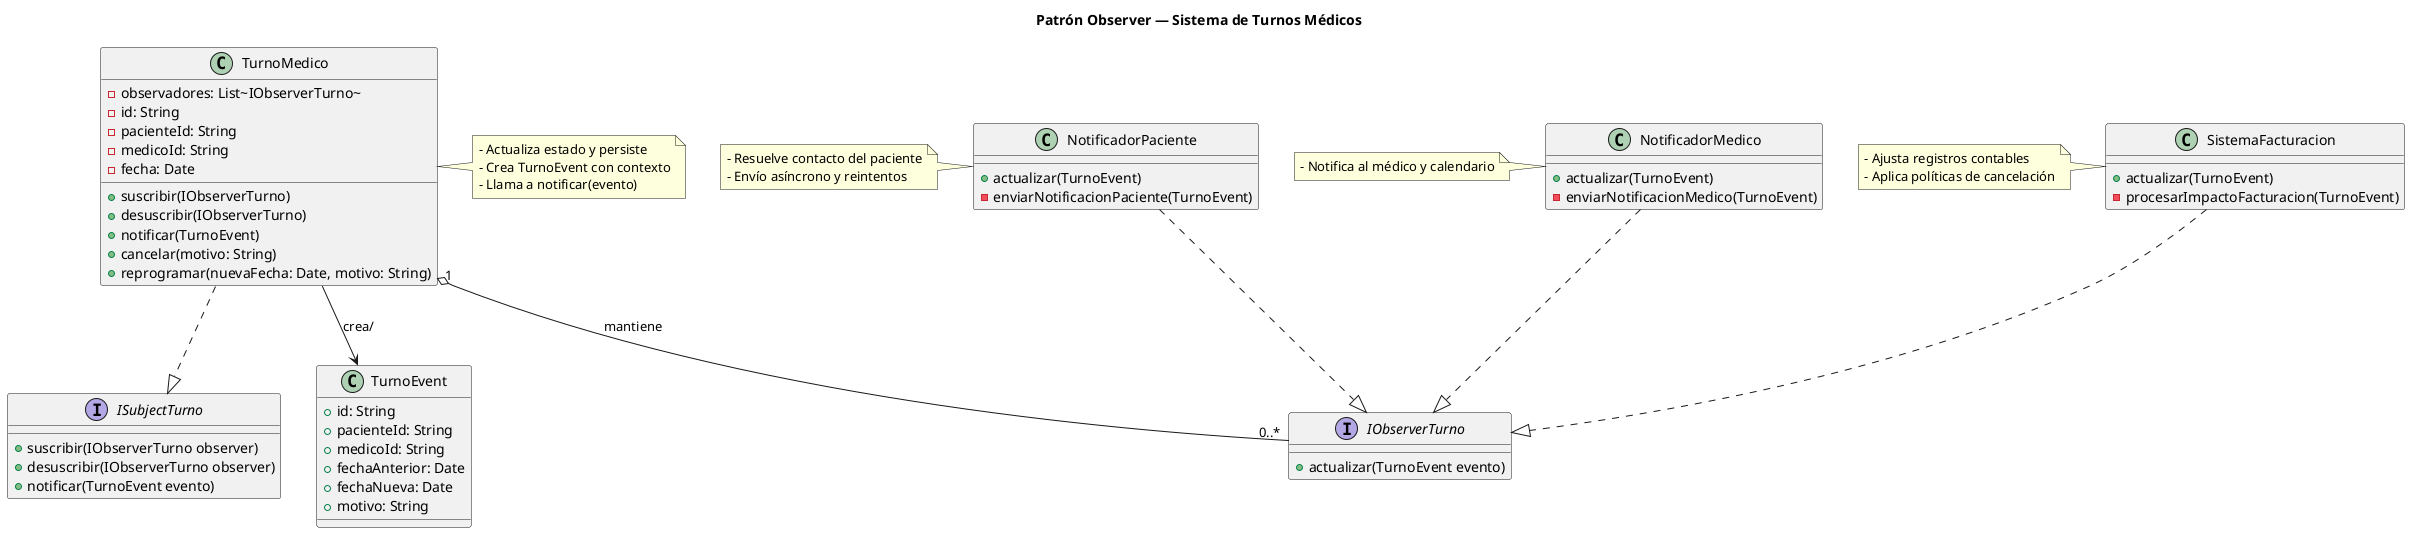
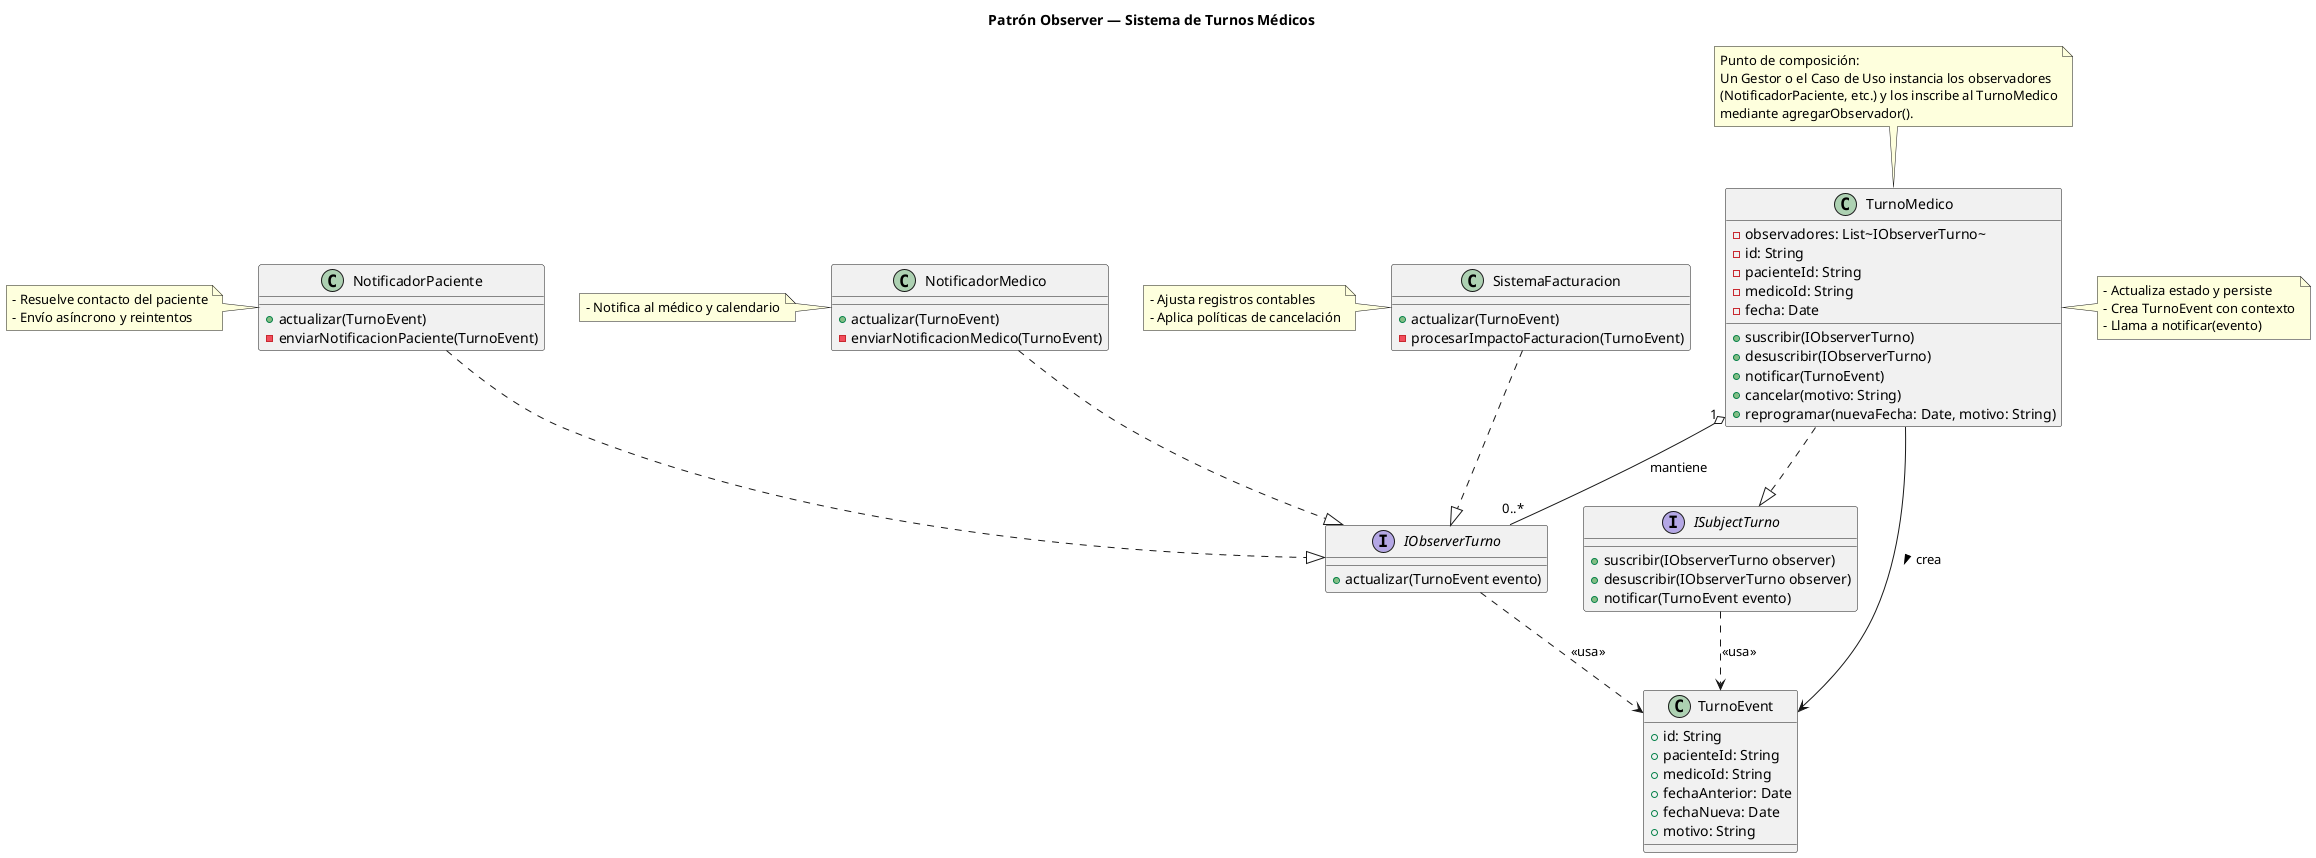
@startuml 01-patron-comportamiento-observer.puml
title Patrón Observer — Sistema de Turnos Médicos

' Interfaces
interface IObserverTurno {
  +actualizar(TurnoEvent evento)
}

interface ISubjectTurno {
  +suscribir(IObserverTurno observer)
  +desuscribir(IObserverTurno observer)
  +notificar(TurnoEvent evento)
}

' Evento que transporta contexto del cambio de turno
class TurnoEvent {
  +id: String
  +pacienteId: String
  +medicoId: String
  +fechaAnterior: Date
  +fechaNueva: Date
  +motivo: String
}

' Sujeto concreto
class TurnoMedico {
  -observadores: List~IObserverTurno~
  -id: String
  -pacienteId: String
  -medicoId: String
  -fecha: Date
  +suscribir(IObserverTurno)
  +desuscribir(IObserverTurno)
  +notificar(TurnoEvent)
  +cancelar(motivo: String)
  +reprogramar(nuevaFecha: Date, motivo: String)
}

' Observadores concretos
class NotificadorPaciente {
  +actualizar(TurnoEvent)
  -enviarNotificacionPaciente(TurnoEvent)
}

class NotificadorMedico {
  +actualizar(TurnoEvent)
  -enviarNotificacionMedico(TurnoEvent)
}

class SistemaFacturacion {
  +actualizar(TurnoEvent)
  -procesarImpactoFacturacion(TurnoEvent)
}

' Relaciones
TurnoMedico ..|> ISubjectTurno
NotificadorPaciente ..|> IObserverTurno
NotificadorMedico ..|> IObserverTurno
SistemaFacturacion ..|> IObserverTurno

TurnoMedico "1" o-- "0..*" IObserverTurno : mantiene
- TurnoMedico --> TurnoEvent : crea/
+ TurnoMedico --> TurnoEvent : crea >
+ 
+ IObserverTurno ..> TurnoEvent : <<usa>>
+ ISubjectTurno ..> TurnoEvent : <<usa>>
+ 
+ note top of TurnoMedico
+   Punto de composición:
+   Un Gestor o el Caso de Uso instancia los observadores
+   (NotificadorPaciente, etc.) y los inscribe al TurnoMedico
+   mediante agregarObservador().
+ end note

note right of TurnoMedico
  - Actualiza estado y persiste
  - Crea TurnoEvent con contexto
  - Llama a notificar(evento)
end note

note left of NotificadorPaciente
  - Resuelve contacto del paciente
  - Envío asíncrono y reintentos
end note

note left of NotificadorMedico
  - Notifica al médico y calendario
end note

note left of SistemaFacturacion
  - Ajusta registros contables
  - Aplica políticas de cancelación
end note

@enduml
